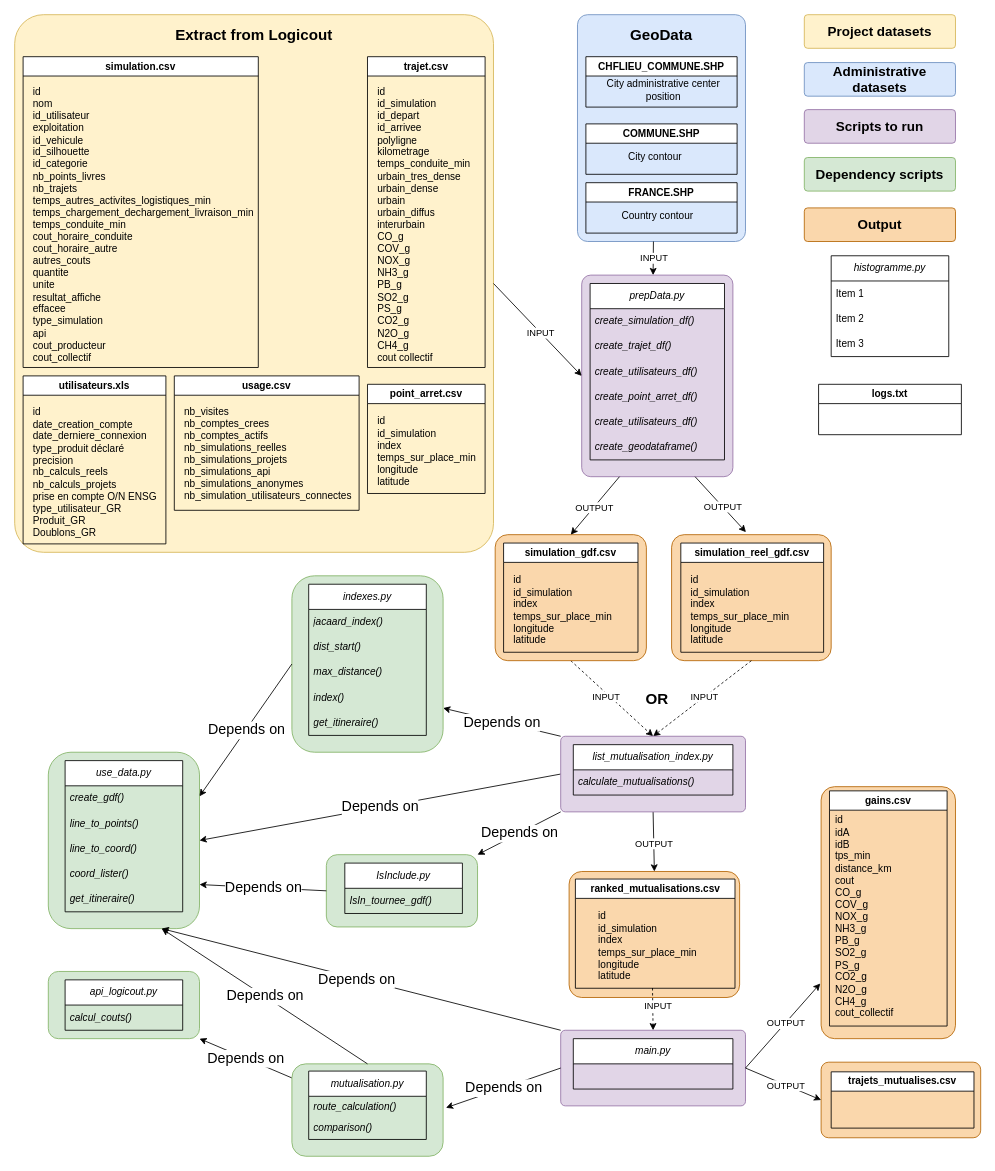
Universite-Gustave-Eiffel/geodev-logicout keeps this draw.io diagram as notebooks/code_organization.drawio. Above is the earlier version. Source tidied: cells renumbered, new cells numbered last; positions are measured from the earlier drawing's top-left corner, leaving out a move shared by most shapes. Both pictures are drawn from the tidied source at 84%, with x=0, y=0 at pixel (14, 14).
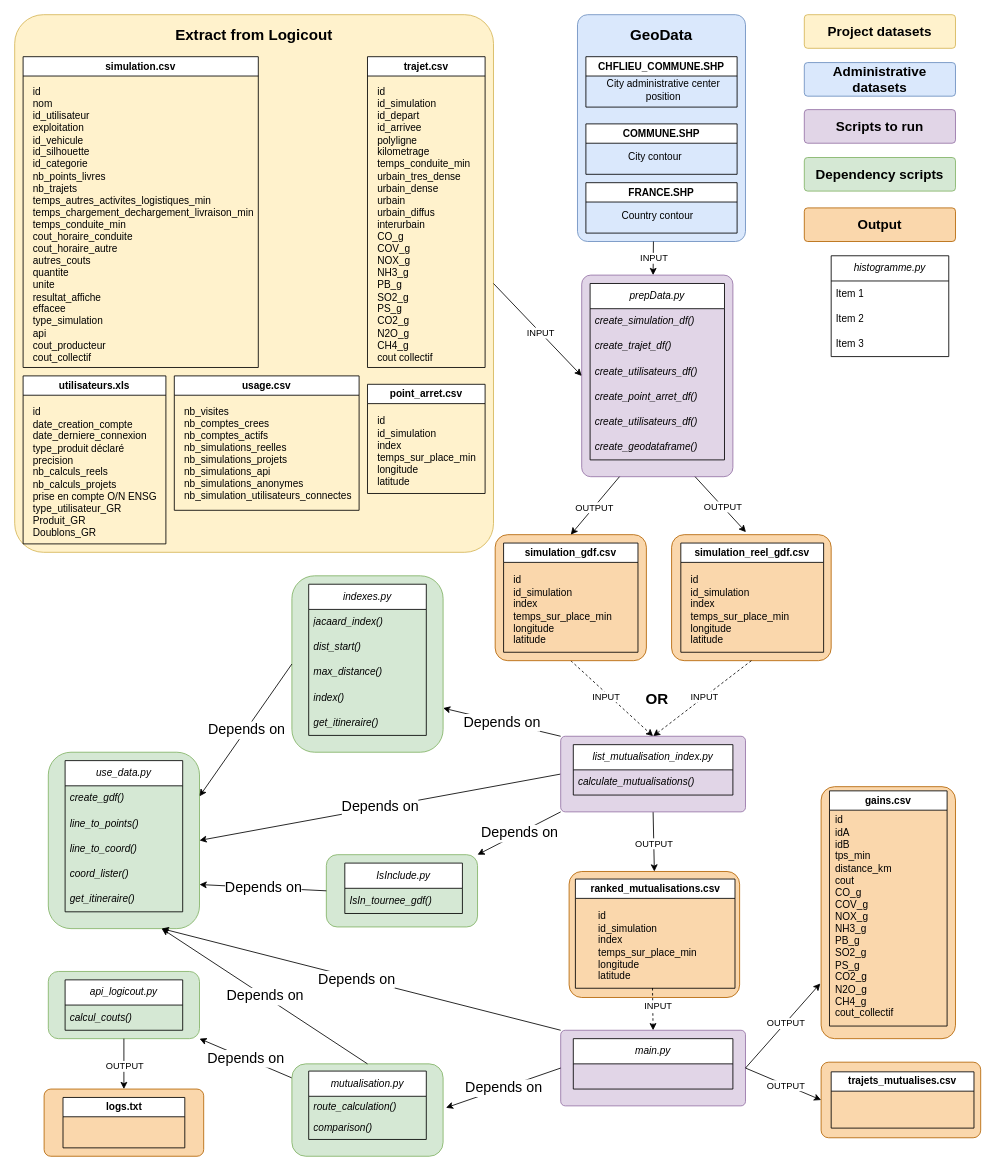
Above is the later version.

The change refers to these unchanged cells:
```xml
<mxCell id="91" style="rounded=1;whiteSpace=wrap;html=1;fillColor=#d5e8d4;strokeColor=#82b366;" parent="90" vertex="1">
  <mxGeometry width="180" height="80" as="geometry" />
</mxCell>
```

The edit, as a diff of the source:
```diff
@@
+    <mxCell id="132" style="rounded=1;whiteSpace=wrap;html=1;shadow=0;glass=0;arcSize=10;fillColor=#fad7ac;strokeColor=#b46504;" parent="1" vertex="1">
+      <mxGeometry x="35" y="1279" width="190" height="80" as="geometry" />
+    </mxCell>
@@
     <mxCell id="122" value="logs.txt" style="swimlane;whiteSpace=wrap;html=1;" parent="1" vertex="1">
-      <mxGeometry x="957" y="440" width="170" height="60" as="geometry" />
+      <mxGeometry x="57.5" y="1289" width="145" height="60" as="geometry" />
     </mxCell>
@@
+    <mxCell id="133" style="endArrow=classic;html=1;rounded=0;exitX=0.5;exitY=1;exitDx=0;exitDy=0;entryX=0.5;entryY=0;entryDx=0;entryDy=0;" parent="1" edge="1" source="91" target="132">
+      <mxGeometry relative="1" as="geometry" />
+    </mxCell>
+    <mxCell id="134" value="OUTPUT" style="edgeLabel;html=1;align=center;verticalAlign=middle;" parent="133" vertex="1">
+      <mxGeometry x="0.07" relative="1" as="geometry" />
+    </mxCell>
```
